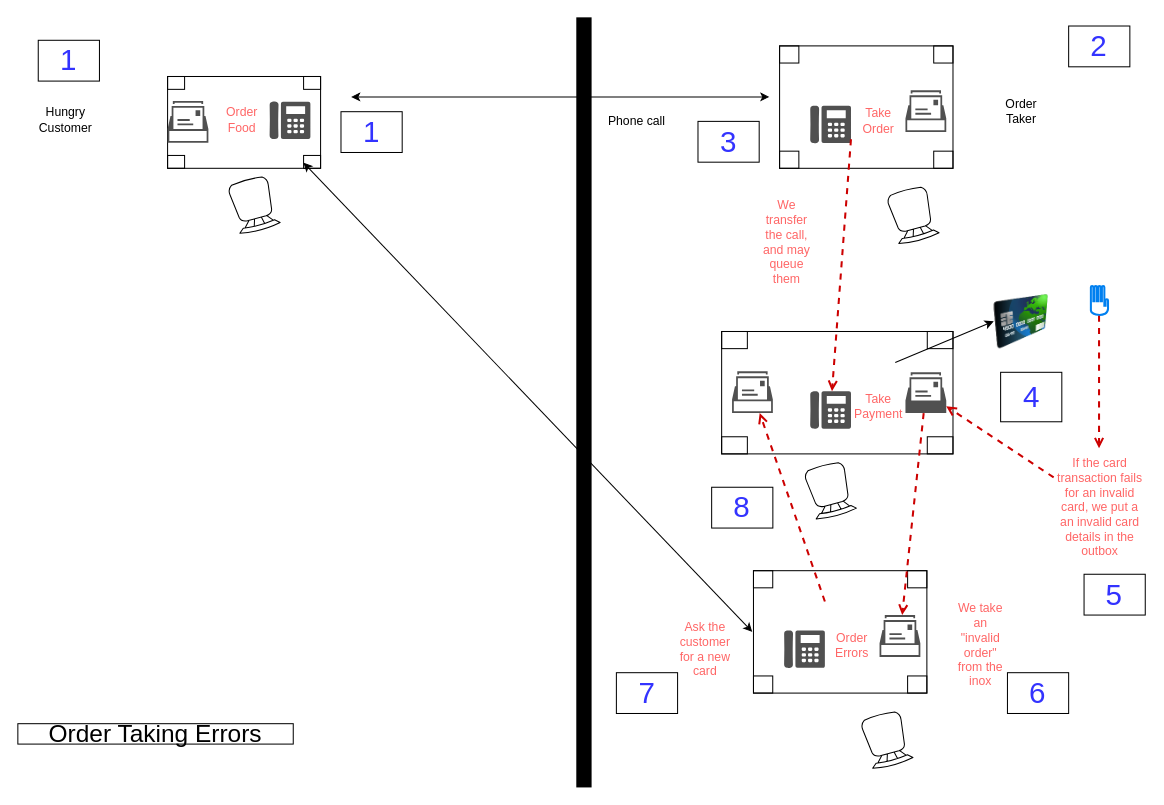
Earlier version of the draw.io diagram resources/Customer Order Errors.drawio (iancooper/practical-messaging). Source tidied: cells renumbered, new cells numbered last; positions are measured from the earlier drawing's top-left corner, leaving out a move shared by most shapes. Both pictures are drawn from the tidied source at 102%, with x=0, y=0 at pixel (17, 19).
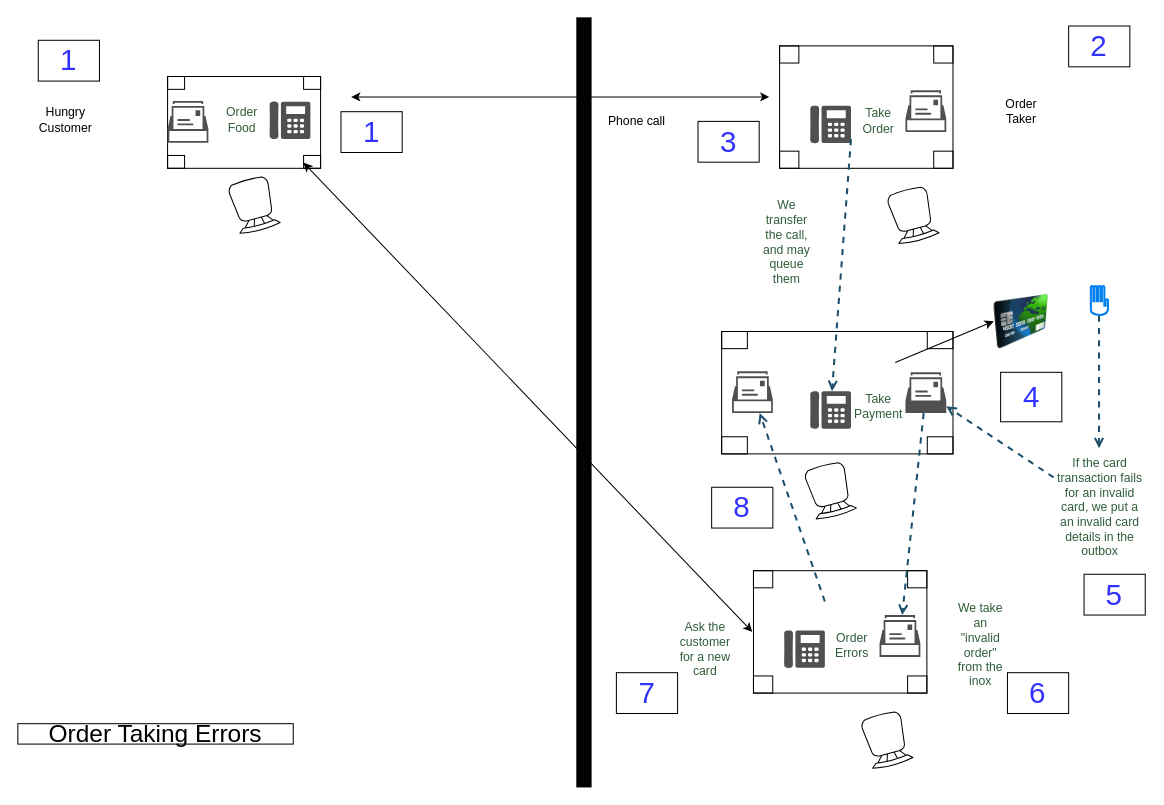
After the change.

Unchanged cells that the change refers to:
```xml
<mxCell id="18" style="sketch=0;shadow=0;dashed=0;html=1;strokeColor=none;fillColor=#505050;labelPosition=center;verticalLabelPosition=bottom;verticalAlign=top;outlineConnect=0;align=center;shape=mxgraph.office.devices.phone_digital;" parent="1" vertex="1">
  <mxGeometry x="776.8" y="364" width="40" height="37" as="geometry" />
</mxCell>
<mxCell id="20" style="sketch=0;shadow=0;dashed=0;html=1;strokeColor=none;fillColor=#505050;labelPosition=center;verticalLabelPosition=bottom;verticalAlign=top;outlineConnect=0;align=center;shape=mxgraph.office.concepts.mailbox;" parent="1" vertex="1">
  <mxGeometry x="870.2" y="345.5" width="40" height="40" as="geometry" />
</mxCell>
<mxCell id="39" style="sketch=0;shadow=0;dashed=0;html=1;strokeColor=none;fillColor=#505050;labelPosition=center;verticalLabelPosition=bottom;verticalAlign=top;outlineConnect=0;align=center;shape=mxgraph.office.concepts.mailbox2;" parent="1" vertex="1">
  <mxGeometry x="844.8" y="583.5" width="40" height="41" as="geometry" />
</mxCell>
<mxCell id="47" style="sketch=0;shadow=0;dashed=0;html=1;strokeColor=none;fillColor=#505050;labelPosition=center;verticalLabelPosition=bottom;verticalAlign=top;outlineConnect=0;align=center;shape=mxgraph.office.concepts.mailbox2;" parent="1" vertex="1">
  <mxGeometry x="700.2" y="344.5" width="40" height="41" as="geometry" />
</mxCell>
```

What changed in the source:
```diff
@@
-    <mxCell id="6" value="&lt;font color=&quot;#ff6666&quot;&gt;Order Food&lt;/font&gt;" style="text;html=1;strokeColor=none;fillColor=none;align=center;verticalAlign=middle;whiteSpace=wrap;rounded=0;" parent="1" vertex="1">
+    <mxCell id="6" value="&lt;font color=&quot;#2F5D3A&quot;&gt;Order Food&lt;/font&gt;" style="text;html=1;strokeColor=none;fillColor=none;align=center;verticalAlign=middle;whiteSpace=wrap;rounded=0;" parent="1" vertex="1">
       <mxGeometry x="193.2" y="55.5" width="53.5" height="85.5" as="geometry" />
     </mxCell>
@@
-    <mxCell id="10" value="&lt;font color=&quot;#ff6666&quot;&gt;Take Order&lt;/font&gt;" style="text;html=1;strokeColor=none;fillColor=none;align=center;verticalAlign=middle;whiteSpace=wrap;rounded=0;" parent="1" vertex="1">
+    <mxCell id="10" value="&lt;font color=&quot;#2F5D3A&quot;&gt;Take Order&lt;/font&gt;" style="text;html=1;strokeColor=none;fillColor=none;align=center;verticalAlign=middle;whiteSpace=wrap;rounded=0;" parent="1" vertex="1">
       <mxGeometry x="816.8" y="55.8" width="53.5" height="85.5" as="geometry" />
     </mxCell>
@@
-    <mxCell id="19" value="&lt;font color=&quot;#ff6666&quot;&gt;Take Payment&lt;/font&gt;" style="text;html=1;strokeColor=none;fillColor=none;align=center;verticalAlign=middle;whiteSpace=wrap;rounded=0;" parent="1" vertex="1">
+    <mxCell id="19" value="&lt;font color=&quot;#2F5D3A&quot;&gt;Take Payment&lt;/font&gt;" style="text;html=1;strokeColor=none;fillColor=none;align=center;verticalAlign=middle;whiteSpace=wrap;rounded=0;" parent="1" vertex="1">
       <mxGeometry x="816.8" y="335.8" width="53.5" height="85.5" as="geometry" />
     </mxCell>
@@
-    <mxCell id="21" style="endArrow=open;dashed=1;html=1;strokeColor=#CC0000;endFill=0;strokeWidth=2;" parent="1" edge="1" target="18">
+    <mxCell id="21" style="endArrow=open;dashed=1;html=1;strokeColor=#1D4E6B;endFill=0;strokeWidth=2;" parent="1" edge="1" target="18">
       <mxGeometry relative="1" as="geometry">
         <mxPoint x="816.8" y="117" as="sourcePoint" />
       </mxGeometry>
     </mxCell>
@@
-    <mxCell id="23" value="&lt;font color=&quot;#ff6666&quot;&gt;We transfer the call, and may queue them&lt;/font&gt;" style="text;html=1;strokeColor=none;fillColor=none;align=center;verticalAlign=middle;whiteSpace=wrap;rounded=0;" parent="1" vertex="1">
+    <mxCell id="23" value="&lt;font color=&quot;#2F5D3A&quot;&gt;We transfer the call, and may queue them&lt;/font&gt;" style="text;html=1;strokeColor=none;fillColor=none;align=center;verticalAlign=middle;whiteSpace=wrap;rounded=0;" parent="1" vertex="1">
       <mxGeometry x="726.8" y="175.5" width="53.5" height="85.5" as="geometry" />
     </mxCell>
-    <mxCell id="24" value="&lt;font color=&quot;#ff6666&quot;&gt;We take an &quot;invalid order&quot; from the inox&lt;/font&gt;" style="text;html=1;strokeColor=none;fillColor=none;align=center;verticalAlign=middle;whiteSpace=wrap;rounded=0;" parent="1" vertex="1">
+    <mxCell id="24" value="&lt;font color=&quot;#2F5D3A&quot;&gt;We take an &quot;invalid order&quot; from the inox&lt;/font&gt;" style="text;html=1;strokeColor=none;fillColor=none;align=center;verticalAlign=middle;whiteSpace=wrap;rounded=0;" parent="1" vertex="1">
       <mxGeometry x="916.8" y="570" width="53.5" height="85.5" as="geometry" />
     </mxCell>
@@
-    <mxCell id="26" value="&lt;font color=&quot;#ff6666&quot;&gt;If the card transaction fails for an invalid card, we put a an invalid card details in the outbox&lt;/font&gt;" style="text;html=1;strokeColor=none;fillColor=none;align=center;verticalAlign=middle;whiteSpace=wrap;rounded=0;" parent="1" vertex="1">
+    <mxCell id="26" value="&lt;font color=&quot;#2F5D3A&quot;&gt;If the card transaction fails for an invalid card, we put a an invalid card details in the outbox&lt;/font&gt;" style="text;html=1;strokeColor=none;fillColor=none;align=center;verticalAlign=middle;whiteSpace=wrap;rounded=0;" parent="1" vertex="1">
       <mxGeometry x="1015.5" y="435.5" width="89.8" height="85.5" as="geometry" />
     </mxCell>
@@
-    <mxCell id="38" value="&lt;font color=&quot;#ff6666&quot;&gt;Order Errors&lt;/font&gt;" style="text;html=1;strokeColor=none;fillColor=none;align=center;verticalAlign=middle;whiteSpace=wrap;rounded=0;" parent="1" vertex="1">
+    <mxCell id="38" value="&lt;font color=&quot;#2F5D3A&quot;&gt;Order Errors&lt;/font&gt;" style="text;html=1;strokeColor=none;fillColor=none;align=center;verticalAlign=middle;whiteSpace=wrap;rounded=0;" parent="1" vertex="1">
       <mxGeometry x="791.2" y="570.2" width="53.5" height="85.5" as="geometry" />
     </mxCell>
@@
-    <mxCell id="40" style="endArrow=open;dashed=1;html=1;strokeColor=#CC0000;endFill=0;strokeWidth=2;" parent="1" edge="1" source="20" target="39">
+    <mxCell id="40" style="endArrow=open;dashed=1;html=1;strokeColor=#1D4E6B;endFill=0;strokeWidth=2;" parent="1" edge="1" source="20" target="39">
       <mxGeometry relative="1" as="geometry" />
     </mxCell>
@@
-    <mxCell id="43" style="endArrow=open;dashed=1;html=1;strokeColor=#CC0000;endFill=0;strokeWidth=2;" parent="1" edge="1" source="26" target="20">
+    <mxCell id="43" style="endArrow=open;dashed=1;html=1;strokeColor=#1D4E6B;endFill=0;strokeWidth=2;" parent="1" edge="1" source="26" target="20">
       <mxGeometry relative="1" as="geometry" />
     </mxCell>
-    <mxCell id="44" style="endArrow=open;dashed=1;html=1;strokeColor=#CC0000;endFill=0;strokeWidth=2;" parent="1" edge="1">
+    <mxCell id="44" style="endArrow=open;dashed=1;html=1;strokeColor=#1D4E6B;endFill=0;strokeWidth=2;" parent="1" edge="1">
       <mxGeometry relative="1" as="geometry">
         <mxPoint x="1060" y="290" as="sourcePoint" />
         <mxPoint x="1060" y="420" as="targetPoint" />
       </mxGeometry>
     </mxCell>
-    <mxCell id="45" value="&lt;font color=&quot;#ff6666&quot;&gt;Ask the customer for a new card&lt;/font&gt;" style="text;html=1;strokeColor=none;fillColor=none;align=center;verticalAlign=middle;whiteSpace=wrap;rounded=0;" parent="1" vertex="1">
+    <mxCell id="45" value="&lt;font color=&quot;#2F5D3A&quot;&gt;Ask the customer for a new card&lt;/font&gt;" style="text;html=1;strokeColor=none;fillColor=none;align=center;verticalAlign=middle;whiteSpace=wrap;rounded=0;" parent="1" vertex="1">
       <mxGeometry x="646.8" y="574.5" width="53.5" height="85.5" as="geometry" />
     </mxCell>
-    <mxCell id="46" style="endArrow=open;dashed=1;html=1;strokeColor=#CC0000;endFill=0;strokeWidth=2;exitX=0;exitY=0;exitDx=0;exitDy=0;" parent="1" edge="1" source="38" target="47">
+    <mxCell id="46" style="endArrow=open;dashed=1;html=1;strokeColor=#1D4E6B;endFill=0;strokeWidth=2;exitX=0;exitY=0;exitDx=0;exitDy=0;" parent="1" edge="1" source="38" target="47">
       <mxGeometry relative="1" as="geometry" />
     </mxCell>
```
